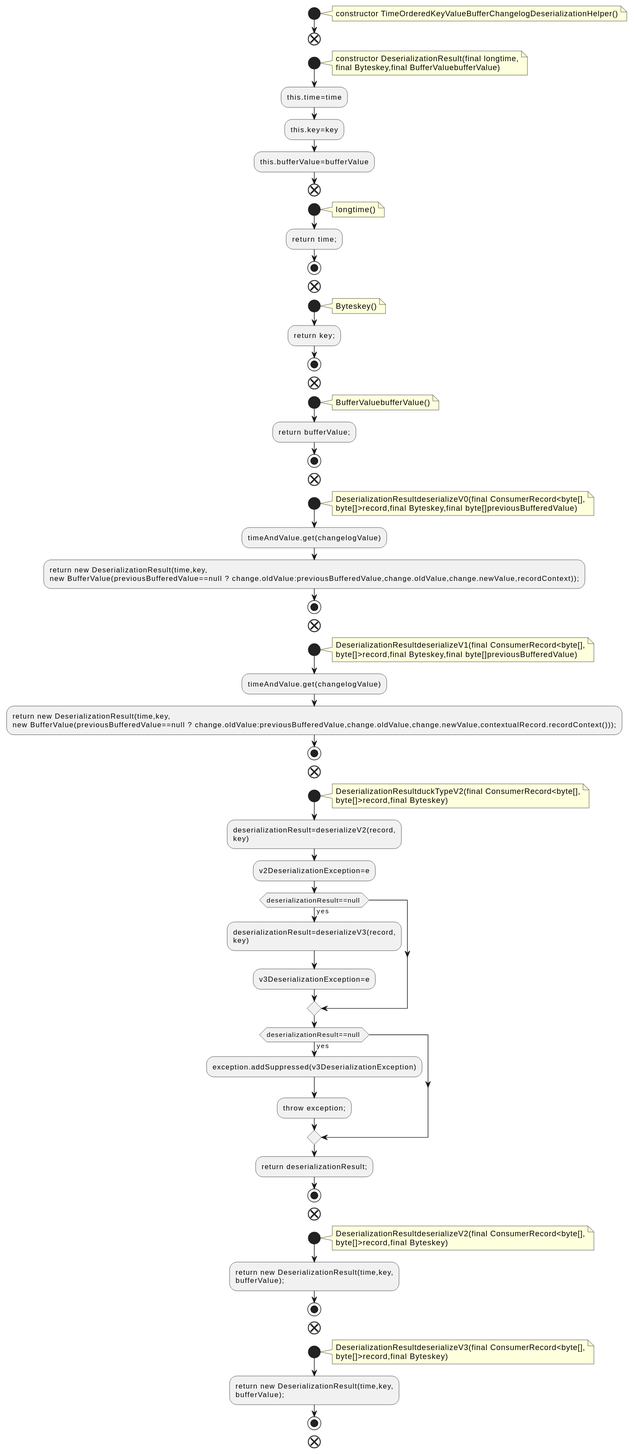
The PlantUML diagram docs/qc/streams/src/main/java/org/apache/kafka/streams/state/internals/TimeOrderedKeyValueBufferChangelogDeserializationHelper.java.fct.svg in qualitesys/kafka, before a commit. The source it was exported from:
```plantuml
@startuml
!pragma layout smetana
start
note right
constructor TimeOrderedKeyValueBufferChangelogDeserializationHelper()
end note
end
start
note right
constructor DeserializationResult(final longtime,
final Byteskey,final BufferValuebufferValue)
end note
:this.time=time;
:this.key=key;
:this.bufferValue=bufferValue;
end
start
note right
longtime()
end note
:return time;;
stop
end
start
note right
Byteskey()
end note
:return key;;
stop
end
start
note right
BufferValuebufferValue()
end note
:return bufferValue;;
stop
end
start
note right
DeserializationResultdeserializeV0(final ConsumerRecord<byte[],
byte[]>record,final Byteskey,final byte[]previousBufferedValue)
end note
:timeAndValue.get(changelogValue);
:return new DeserializationResult(time,key,
new BufferValue(previousBufferedValue==null ? change.oldValue:previousBufferedValue,change.oldValue,change.newValue,recordContext));;
stop
end
start
note right
DeserializationResultdeserializeV1(final ConsumerRecord<byte[],
byte[]>record,final Byteskey,final byte[]previousBufferedValue)
end note
:timeAndValue.get(changelogValue);
:return new DeserializationResult(time,key,
new BufferValue(previousBufferedValue==null ? change.oldValue:previousBufferedValue,change.oldValue,change.newValue,contextualRecord.recordContext()));;
stop
end
start
note right
DeserializationResultduckTypeV2(final ConsumerRecord<byte[],
byte[]>record,final Byteskey)
end note
:deserializationResult=deserializeV2(record,
key);
:v2DeserializationException=e;
if (deserializationResult==null ) then (yes)
:deserializationResult=deserializeV3(record,
key);
:v3DeserializationException=e;
endif
if (deserializationResult==null ) then (yes)
:exception.addSuppressed(v3DeserializationException);
:throw exception;;
endif
:return deserializationResult;;
stop
end
start
note right
DeserializationResultdeserializeV2(final ConsumerRecord<byte[],
byte[]>record,final Byteskey)
end note
:return new DeserializationResult(time,key,
bufferValue);;
stop
end
start
note right
DeserializationResultdeserializeV3(final ConsumerRecord<byte[],
byte[]>record,final Byteskey)
end note
:return new DeserializationResult(time,key,
bufferValue);;
stop
end
@enduml
```
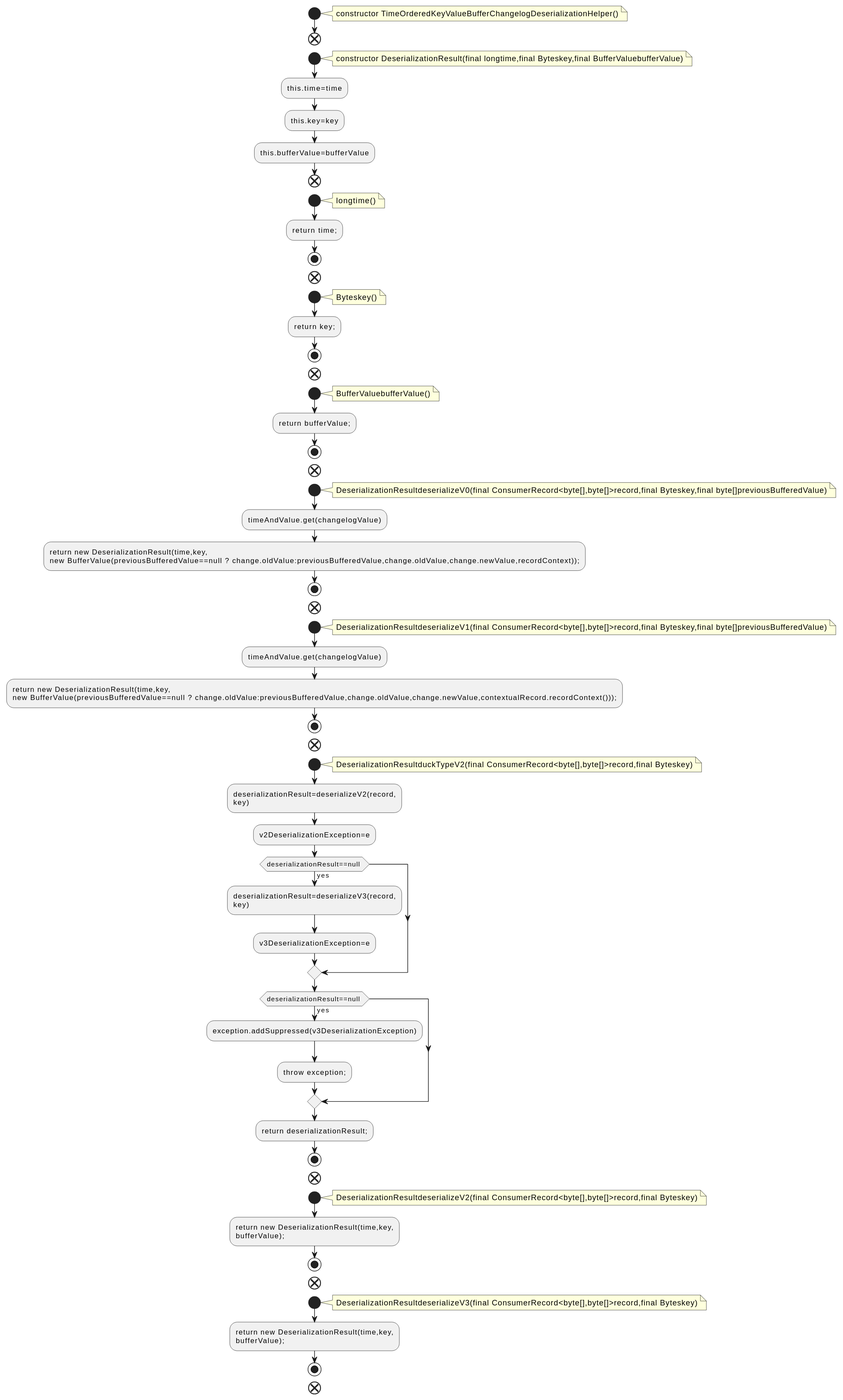
The same file after the commit.

Change to the diagram source:
```diff
@@ -7,8 +7,7 @@
 end
 start
 note right
-constructor DeserializationResult(final longtime,
-final Byteskey,final BufferValuebufferValue)
+constructor DeserializationResult(final longtime,final Byteskey,final BufferValuebufferValue)
 end note
 :this.time=time;
 :this.key=key;
@@ -37,8 +36,7 @@
 end
 start
 note right
-DeserializationResultdeserializeV0(final ConsumerRecord<byte[],
-byte[]>record,final Byteskey,final byte[]previousBufferedValue)
+DeserializationResultdeserializeV0(final ConsumerRecord<byte[],byte[]>record,final Byteskey,final byte[]previousBufferedValue)
 end note
 :timeAndValue.get(changelogValue);
 :return new DeserializationResult(time,key,
@@ -47,8 +45,7 @@
 end
 start
 note right
-DeserializationResultdeserializeV1(final ConsumerRecord<byte[],
-byte[]>record,final Byteskey,final byte[]previousBufferedValue)
+DeserializationResultdeserializeV1(final ConsumerRecord<byte[],byte[]>record,final Byteskey,final byte[]previousBufferedValue)
 end note
 :timeAndValue.get(changelogValue);
 :return new DeserializationResult(time,key,
@@ -57,8 +54,7 @@
 end
 start
 note right
-DeserializationResultduckTypeV2(final ConsumerRecord<byte[],
-byte[]>record,final Byteskey)
+DeserializationResultduckTypeV2(final ConsumerRecord<byte[],byte[]>record,final Byteskey)
 end note
 :deserializationResult=deserializeV2(record,
 key);
@@ -77,8 +73,7 @@
 end
 start
 note right
-DeserializationResultdeserializeV2(final ConsumerRecord<byte[],
-byte[]>record,final Byteskey)
+DeserializationResultdeserializeV2(final ConsumerRecord<byte[],byte[]>record,final Byteskey)
 end note
 :return new DeserializationResult(time,key,
 bufferValue);;
@@ -86,8 +81,7 @@
 end
 start
 note right
-DeserializationResultdeserializeV3(final ConsumerRecord<byte[],
-byte[]>record,final Byteskey)
+DeserializationResultdeserializeV3(final ConsumerRecord<byte[],byte[]>record,final Byteskey)
 end note
 :return new DeserializationResult(time,key,
 bufferValue);;
```
